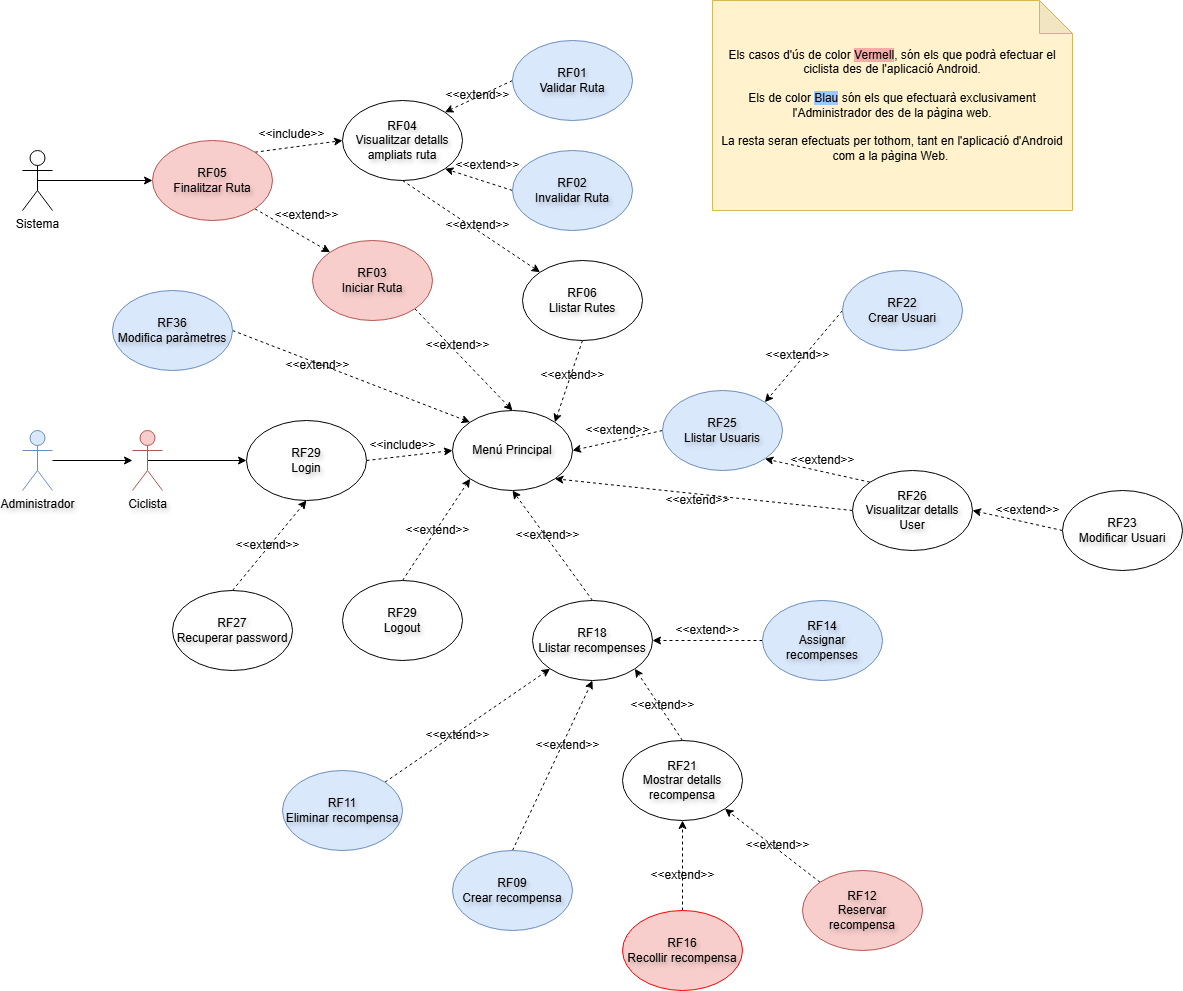
yzmelero/Entrebicis keeps this draw.io diagram as Imatges/Diagrama de casos d'us EntreBicis.png. Above is the earlier version. Source tidied: cells renumbered, new cells last; positions are measured from the earlier drawing's top-left corner, leaving out a move shared by most shapes.
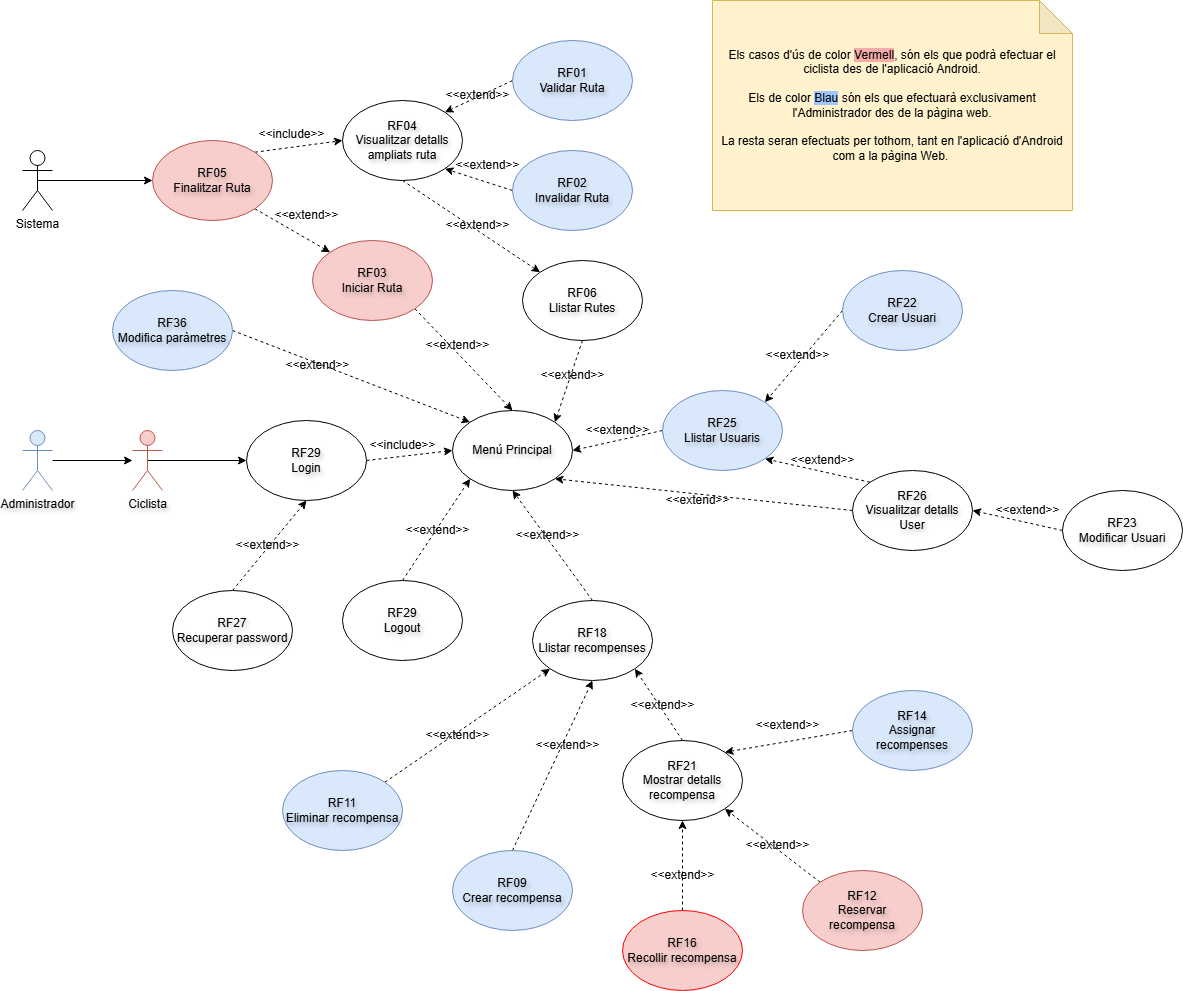
Above is the later version.

Commit message:
Retocat diagrama

What changed in the source:
```diff
@@ -113,11 +113,11 @@
     <mxCell id="38" value="RF23&lt;div&gt;Modificar Usuari&lt;/div&gt;" style="ellipse;whiteSpace=wrap;html=1;hachureGap=4;fontFamily=Helvetica;labelBackgroundColor=none;textShadow=1;labelBorderColor=none;" parent="1" vertex="1">
       <mxGeometry x="1040" y="490" width="120" height="80" as="geometry" />
     </mxCell>
-    <mxCell id="39" style="edgeStyle=none;rounded=0;jettySize=auto;html=1;exitX=0;exitY=0.5;exitDx=0;exitDy=0;entryX=1;entryY=0.5;entryDx=0;entryDy=0;dashed=1;" parent="1" edge="1" source="40" target="34">
+    <mxCell id="39" style="edgeStyle=none;rounded=0;jettySize=auto;html=1;exitX=0;exitY=0.5;exitDx=0;exitDy=0;entryX=1;entryY=0;entryDx=0;entryDy=0;dashed=1;" parent="1" edge="1" source="40" target="42">
       <mxGeometry relative="1" as="geometry" />
     </mxCell>
     <mxCell id="40" value="RF14&lt;div&gt;Assignar recompenses&lt;/div&gt;" style="ellipse;whiteSpace=wrap;html=1;hachureGap=4;fontFamily=Helvetica;labelBackgroundColor=none;textShadow=1;labelBorderColor=none;fillColor=#dae8fc;strokeColor=#6c8ebf;" parent="1" vertex="1">
-      <mxGeometry x="740" y="600" width="120" height="80" as="geometry" />
+      <mxGeometry x="830" y="690" width="120" height="80" as="geometry" />
     </mxCell>
     <mxCell id="41" style="edgeStyle=none;rounded=0;jettySize=auto;html=1;exitX=0.5;exitY=0;exitDx=0;exitDy=0;entryX=1;entryY=1;entryDx=0;entryDy=0;dashed=1;" parent="1" edge="1" source="42" target="34">
       <mxGeometry relative="1" as="geometry" />
@@ -201,7 +201,7 @@
       <mxGeometry x="370" y="515" width="90" height="30" as="geometry" />
     </mxCell>
     <mxCell id="68" value="&amp;lt;&amp;lt;extend&amp;gt;&amp;gt;" style="text;html=1;align=center;verticalAlign=middle;strokeColor=none;fillColor=none;" parent="1" vertex="1">
-      <mxGeometry x="640" y="615" width="90" height="30" as="geometry" />
+      <mxGeometry x="720" y="710" width="90" height="30" as="geometry" />
     </mxCell>
     <mxCell id="69" value="&amp;lt;&amp;lt;extend&amp;gt;&amp;gt;" style="text;html=1;align=center;verticalAlign=middle;strokeColor=none;fillColor=none;" parent="1" vertex="1">
       <mxGeometry x="595" y="690" width="90" height="30" as="geometry" />
```
